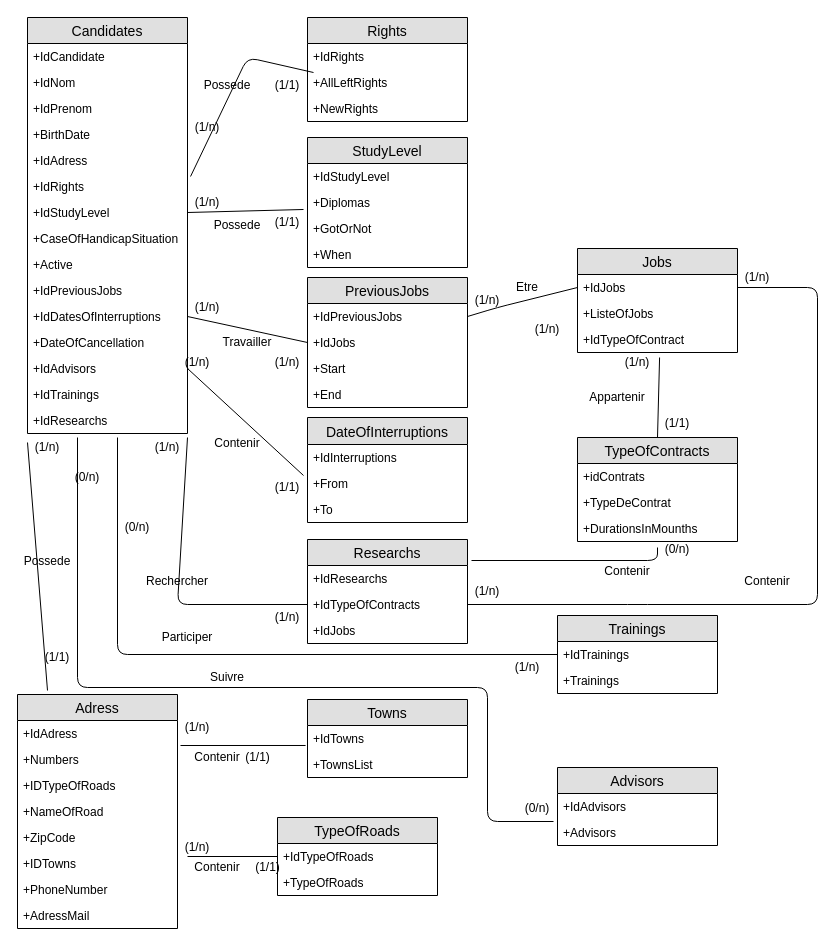
The draw.io diagram table PE.drawio in torkhan/MarcRemiseExo-tables, before the edit. Source tidied: cells renumbered, new cells numbered last; positions are measured from the earlier drawing's top-left corner, leaving out a move shared by most shapes. Both pictures are drawn from the tidied source at 100%, with x=0, y=0 at pixel (17, 17).
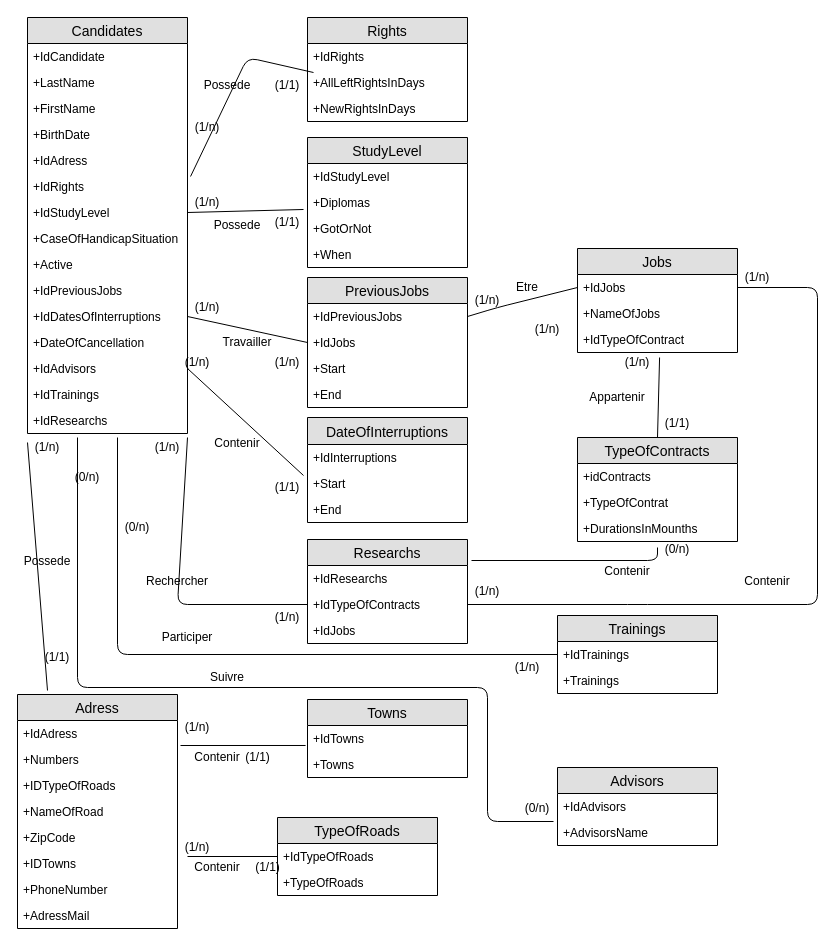
The same page after the edit.

Unchanged cells that the change refers to:
```xml
<mxCell id="2" value="Candidates" style="swimlane;fontStyle=0;horizontal=1;startSize=26;fillColor=#e0e0e0;swimlaneFillColor=#ffffff;align=center;fontSize=14;" parent="1" vertex="1">
  <mxGeometry x="10" width="160" height="416" as="geometry" />
</mxCell>
<mxCell id="18" value="Rights" style="swimlane;fontStyle=0;horizontal=1;startSize=26;fillColor=#e0e0e0;swimlaneFillColor=#ffffff;align=center;fontSize=14;" parent="1" vertex="1">
  <mxGeometry x="290" width="160" height="104" as="geometry" />
</mxCell>
<mxCell id="22" value="Advisors" style="swimlane;fontStyle=0;horizontal=1;startSize=26;fillColor=#e0e0e0;swimlaneFillColor=#ffffff;align=center;fontSize=14;" parent="1" vertex="1">
  <mxGeometry x="540" y="750" width="160" height="78" as="geometry" />
</mxCell>
<mxCell id="28" value="DateOfInterruptions" style="swimlane;fontStyle=0;horizontal=1;startSize=27;fillColor=#e0e0e0;swimlaneFillColor=#ffffff;align=center;fontSize=14;" parent="1" vertex="1">
  <mxGeometry x="290" y="400" width="160" height="105" as="geometry" />
</mxCell>
<mxCell id="36" value="TypeOfContracts" style="swimlane;fontStyle=0;horizontal=1;startSize=26;fillColor=#e0e0e0;swimlaneFillColor=#ffffff;align=center;fontSize=14;" parent="1" vertex="1">
  <mxGeometry x="560" y="420" width="160" height="104" as="geometry" />
</mxCell>
<mxCell id="45" value="Jobs" style="swimlane;fontStyle=0;horizontal=1;startSize=26;fillColor=#e0e0e0;swimlaneFillColor=#ffffff;align=center;fontSize=14;" parent="1" vertex="1">
  <mxGeometry x="560" y="231" width="160" height="104" as="geometry" />
</mxCell>
<mxCell id="61" value="Towns" style="swimlane;fontStyle=0;horizontal=1;startSize=26;fillColor=#e0e0e0;swimlaneFillColor=#ffffff;align=center;fontSize=14;" parent="1" vertex="1">
  <mxGeometry x="290" y="682" width="160" height="78" as="geometry" />
</mxCell>
```

The edit, as a diff of the source:
```diff
@@
-    <mxCell id="4" value="+IdNom&#10;" style="text;strokeColor=none;fillColor=none;spacingLeft=4;spacingRight=4;overflow=hidden;fontSize=12;" parent="2" vertex="1">
+    <mxCell id="4" value="+LastName" style="text;strokeColor=none;fillColor=none;spacingLeft=4;spacingRight=4;overflow=hidden;fontSize=12;" parent="2" vertex="1">
       <mxGeometry y="52" width="160" height="26" as="geometry" />
     </mxCell>
-    <mxCell id="5" value="+IdPrenom" style="text;strokeColor=none;fillColor=none;spacingLeft=4;spacingRight=4;overflow=hidden;fontSize=12;" parent="2" vertex="1">
+    <mxCell id="5" value="+FirstName" style="text;strokeColor=none;fillColor=none;spacingLeft=4;spacingRight=4;overflow=hidden;fontSize=12;" parent="2" vertex="1">
       <mxGeometry y="78" width="160" height="26" as="geometry" />
     </mxCell>
@@
-    <mxCell id="20" value="+AllLeftRights" style="text;strokeColor=none;fillColor=none;spacingLeft=4;spacingRight=4;overflow=hidden;fontSize=12;" parent="18" vertex="1">
+    <mxCell id="20" value="+AllLeftRightsInDays" style="text;strokeColor=none;fillColor=none;spacingLeft=4;spacingRight=4;overflow=hidden;fontSize=12;" parent="18" vertex="1">
       <mxGeometry y="52" width="160" height="26" as="geometry" />
     </mxCell>
-    <mxCell id="21" value="+NewRights" style="text;strokeColor=none;fillColor=none;spacingLeft=4;spacingRight=4;overflow=hidden;fontSize=12;" parent="18" vertex="1">
+    <mxCell id="21" value="+NewRightsInDays" style="text;strokeColor=none;fillColor=none;spacingLeft=4;spacingRight=4;overflow=hidden;fontSize=12;" parent="18" vertex="1">
       <mxGeometry y="78" width="160" height="26" as="geometry" />
     </mxCell>
@@
-    <mxCell id="24" value="+Advisors" style="text;strokeColor=none;fillColor=none;spacingLeft=4;spacingRight=4;overflow=hidden;fontSize=12;" parent="22" vertex="1">
+    <mxCell id="24" value="+AdvisorsName" style="text;strokeColor=none;fillColor=none;spacingLeft=4;spacingRight=4;overflow=hidden;fontSize=12;" parent="22" vertex="1">
       <mxGeometry y="52" width="160" height="26" as="geometry" />
     </mxCell>
@@
-    <mxCell id="30" value="+From" style="text;strokeColor=none;fillColor=none;spacingLeft=4;spacingRight=4;overflow=hidden;points=[[0,0.5],[1,0.5]];portConstraint=eastwest;fontSize=12;" parent="28" vertex="1">
+    <mxCell id="30" value="+Start" style="text;strokeColor=none;fillColor=none;spacingLeft=4;spacingRight=4;overflow=hidden;points=[[0,0.5],[1,0.5]];portConstraint=eastwest;fontSize=12;" parent="28" vertex="1">
       <mxGeometry y="53" width="160" height="26" as="geometry" />
     </mxCell>
-    <mxCell id="31" value="+To" style="text;strokeColor=none;fillColor=none;spacingLeft=4;spacingRight=4;overflow=hidden;fontSize=12;" parent="28" vertex="1">
+    <mxCell id="31" value="+End" style="text;strokeColor=none;fillColor=none;spacingLeft=4;spacingRight=4;overflow=hidden;fontSize=12;" parent="28" vertex="1">
       <mxGeometry y="79" width="160" height="26" as="geometry" />
     </mxCell>
@@
-    <mxCell id="37" value="+idContrats" style="text;strokeColor=none;fillColor=none;spacingLeft=4;spacingRight=4;overflow=hidden;fontSize=12;" parent="36" vertex="1">
+    <mxCell id="37" value="+idContracts" style="text;strokeColor=none;fillColor=none;spacingLeft=4;spacingRight=4;overflow=hidden;fontSize=12;" parent="36" vertex="1">
       <mxGeometry y="26" width="160" height="26" as="geometry" />
     </mxCell>
-    <mxCell id="38" value="+TypeDeContrat" style="text;strokeColor=none;fillColor=none;spacingLeft=4;spacingRight=4;overflow=hidden;fontSize=12;" parent="36" vertex="1">
+    <mxCell id="38" value="+TypeOfContrat" style="text;strokeColor=none;fillColor=none;spacingLeft=4;spacingRight=4;overflow=hidden;fontSize=12;" parent="36" vertex="1">
       <mxGeometry y="52" width="160" height="26" as="geometry" />
     </mxCell>
@@
-    <mxCell id="47" value="+ListeOfJobs" style="text;strokeColor=none;fillColor=none;spacingLeft=4;spacingRight=4;overflow=hidden;fontSize=12;" parent="45" vertex="1">
+    <mxCell id="47" value="+NameOfJobs" style="text;strokeColor=none;fillColor=none;spacingLeft=4;spacingRight=4;overflow=hidden;fontSize=12;" parent="45" vertex="1">
       <mxGeometry y="52" width="160" height="26" as="geometry" />
     </mxCell>
@@
-    <mxCell id="63" value="+TownsList" style="text;strokeColor=none;fillColor=none;spacingLeft=4;spacingRight=4;overflow=hidden;fontSize=12;" parent="61" vertex="1">
+    <mxCell id="63" value="+Towns" style="text;strokeColor=none;fillColor=none;spacingLeft=4;spacingRight=4;overflow=hidden;fontSize=12;" parent="61" vertex="1">
       <mxGeometry y="52" width="160" height="26" as="geometry" />
     </mxCell>
```
